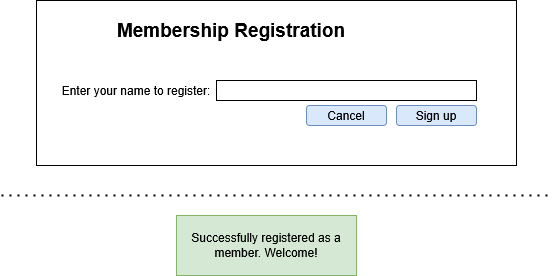
jesscampb/BowlingAlley keeps this draw.io diagram as Docs/wireframe-registration.png. Above is the earlier version. Source tidied: cells renumbered, new cells last; positions are measured from the earlier drawing's top-left corner, leaving out a move shared by most shapes.
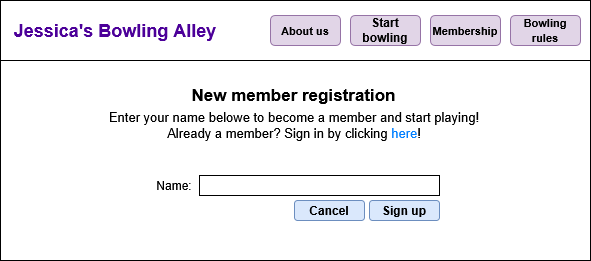
Above is the later version.

Commit message:
More thorough wireframe added.

Diff of the diagram source:
```diff
@@ -1,36 +1,45 @@
-<mxGraphModel>
+<mxGraphModel background="#ffffff">
   <root>
     <mxCell id="0" />
     <mxCell id="1" parent="0" />
-    <mxCell id="2" style="rounded=0;whiteSpace=wrap;html=1;" parent="1" vertex="1">
-      <mxGeometry x="35" width="480" height="165" as="geometry" />
-    </mxCell>
-    <mxCell id="3" value="&lt;b&gt;&lt;font style=&quot;font-size: 19px;&quot;&gt;Membership Registration&lt;/font&gt;&lt;/b&gt;" style="text;html=1;align=center;verticalAlign=middle;whiteSpace=wrap;rounded=0;" parent="1" vertex="1">
-      <mxGeometry x="105" y="15" width="250" height="30" as="geometry" />
-    </mxCell>
-    <mxCell id="4" value="Enter your name to register:" style="text;html=1;align=center;verticalAlign=middle;whiteSpace=wrap;rounded=0;" parent="1" vertex="1">
-      <mxGeometry x="45" y="75" width="180" height="30" as="geometry" />
-    </mxCell>
-    <mxCell id="5" style="rounded=0;whiteSpace=wrap;html=1;" parent="1" vertex="1">
-      <mxGeometry x="215" y="80" width="260" height="20" as="geometry" />
-    </mxCell>
+    <mxCell id="11" style="rounded=0;whiteSpace=wrap;html=1;" parent="1" vertex="1">
+      <mxGeometry x="35" y="45" width="590" height="200" as="geometry" />
+    </mxCell>
+    <mxCell id="12" style="rounded=0;whiteSpace=wrap;html=1;" parent="1" vertex="1">
+      <mxGeometry x="35" y="-15" width="590" height="60" as="geometry" />
+    </mxCell>
+    <mxCell id="13" value="&lt;font style=&quot;color: rgb(76, 0, 153); font-size: 18px;&quot;&gt;&lt;b&gt;Jessica's Bowling Alley&lt;/b&gt;&lt;/font&gt;" style="text;html=1;align=center;verticalAlign=middle;whiteSpace=wrap;rounded=0;" parent="1" vertex="1">
+      <mxGeometry x="45" width="210" height="30" as="geometry" />
+    </mxCell>
+    <mxCell id="14" value="&lt;div&gt;&lt;font style=&quot;font-size: 11px;&quot;&gt;&lt;b&gt;Bowling&lt;/b&gt;&lt;/font&gt;&lt;/div&gt;&lt;div&gt;&lt;font style=&quot;font-size: 11px;&quot;&gt;&lt;b&gt;rules&lt;/b&gt;&lt;/font&gt;&lt;/div&gt;" style="rounded=1;whiteSpace=wrap;html=1;fillColor=#e1d5e7;strokeColor=#9673a6;" parent="1" vertex="1">
+      <mxGeometry x="545" width="70" height="30" as="geometry" />
+    </mxCell>
+    <mxCell id="15" value="&lt;font style=&quot;font-size: 17px;&quot;&gt;&lt;b&gt;&lt;font&gt;New member registration &lt;br&gt;&lt;/font&gt;&lt;/b&gt;&lt;/font&gt;" style="text;html=1;align=center;verticalAlign=middle;whiteSpace=wrap;rounded=0;" parent="1" vertex="1">
+      <mxGeometry x="218" y="65" width="221" height="30" as="geometry" />
+    </mxCell>
+    <mxCell id="16" value="&lt;font&gt;Name:&lt;/font&gt;" style="text;html=1;align=center;verticalAlign=middle;whiteSpace=wrap;rounded=0;" parent="1" vertex="1">
+      <mxGeometry x="184" y="155" width="50" height="30" as="geometry" />
+    </mxCell>
+    <mxCell id="17" style="rounded=0;whiteSpace=wrap;html=1;" parent="1" vertex="1">
+      <mxGeometry x="234" y="160" width="240" height="20" as="geometry" />
+    </mxCell>
-    <mxCell id="6" value="Sign up" style="rounded=1;whiteSpace=wrap;html=1;fillColor=#dae8fc;strokeColor=#6c8ebf;" parent="1" vertex="1">
-      <mxGeometry x="395" y="105" width="80" height="20" as="geometry" />
+    <mxCell id="6" value="&lt;b&gt;Sign up&lt;/b&gt;" style="rounded=1;whiteSpace=wrap;html=1;fillColor=#dae8fc;strokeColor=#6c8ebf;" parent="1" vertex="1">
+      <mxGeometry x="404" y="185" width="70" height="20" as="geometry" />
     </mxCell>
+    <mxCell id="18" value="&lt;div&gt;&lt;font style=&quot;font-size: 13px;&quot;&gt;Enter your name belowe to become a member and start playing!&lt;/font&gt;&lt;/div&gt;&lt;div&gt;&lt;font style=&quot;font-size: 13px;&quot;&gt;Already a member? Sign in by clicking &lt;span style=&quot;color: rgb(0, 127, 255);&quot;&gt;here&lt;/span&gt;!&lt;/font&gt;&lt;/div&gt;" style="text;html=1;align=center;verticalAlign=middle;whiteSpace=wrap;rounded=0;" parent="1" vertex="1">
+      <mxGeometry x="139" y="95" width="380" height="30" as="geometry" />
+    </mxCell>
-    <mxCell id="7" value="Cancel" style="rounded=1;whiteSpace=wrap;html=1;fillColor=#dae8fc;strokeColor=#6c8ebf;" parent="1" vertex="1">
-      <mxGeometry x="305" y="105" width="80" height="20" as="geometry" />
+    <mxCell id="7" value="&lt;b&gt;Cancel&lt;/b&gt;" style="rounded=1;whiteSpace=wrap;html=1;fillColor=#dae8fc;strokeColor=#6c8ebf;" parent="1" vertex="1">
+      <mxGeometry x="329" y="185" width="70" height="20" as="geometry" />
     </mxCell>
-    <mxCell id="8" style="rounded=0;whiteSpace=wrap;html=1;fillColor=#d5e8d4;strokeColor=#82b366;" parent="1" vertex="1">
-      <mxGeometry x="175" y="215" width="180" height="60" as="geometry" />
-    </mxCell>
-    <mxCell id="9" value="Successfully registered as a member. Welcome!" style="text;html=1;align=center;verticalAlign=middle;whiteSpace=wrap;rounded=0;" parent="1" vertex="1">
-      <mxGeometry x="185" y="220" width="160" height="50" as="geometry" />
-    </mxCell>
-    <mxCell id="10" style="endArrow=none;dashed=1;html=1;dashPattern=1 3;strokeWidth=2;rounded=0;" parent="1" edge="1">
-      <mxGeometry relative="1" as="geometry">
-        <mxPoint y="195" as="sourcePoint" />
-        <mxPoint x="550" y="195" as="targetPoint" />
-      </mxGeometry>
-    </mxCell>
+    <mxCell id="19" value="&lt;font style=&quot;font-size: 11px;&quot;&gt;&lt;b&gt;Membership&lt;/b&gt;&lt;/font&gt;" style="rounded=1;whiteSpace=wrap;html=1;fillColor=#e1d5e7;strokeColor=#9673a6;" parent="1" vertex="1">
+      <mxGeometry x="465" width="70" height="30" as="geometry" />
+    </mxCell>
+    <mxCell id="20" value="&lt;font style=&quot;font-size: 11px;&quot;&gt;&lt;b&gt;About us&lt;/b&gt;&lt;/font&gt;" style="rounded=1;whiteSpace=wrap;html=1;fillColor=#e1d5e7;strokeColor=#9673a6;" parent="1" vertex="1">
+      <mxGeometry x="305" width="70" height="30" as="geometry" />
+    </mxCell>
+    <mxCell id="21" value="&lt;b&gt;Start bowling&lt;/b&gt;" style="rounded=1;whiteSpace=wrap;html=1;fillColor=#e1d5e7;strokeColor=#9673a6;" parent="1" vertex="1">
+      <mxGeometry x="385" width="70" height="30" as="geometry" />
+    </mxCell>
   </root>
 </mxGraphModel>
```
